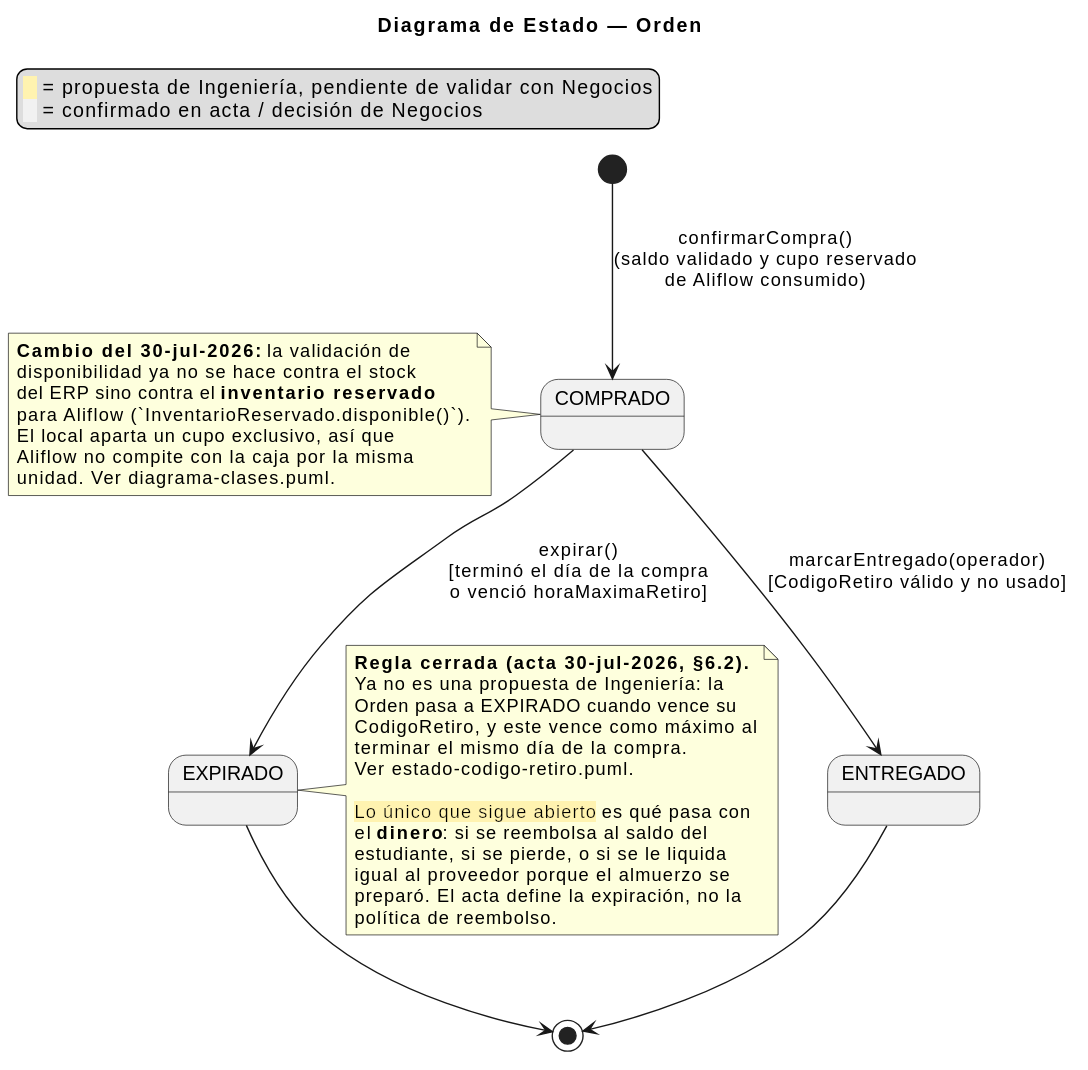
Earlier version of the PlantUML export Entregables/uml/estado-orden.svg (Jesus-JB/aliflow).
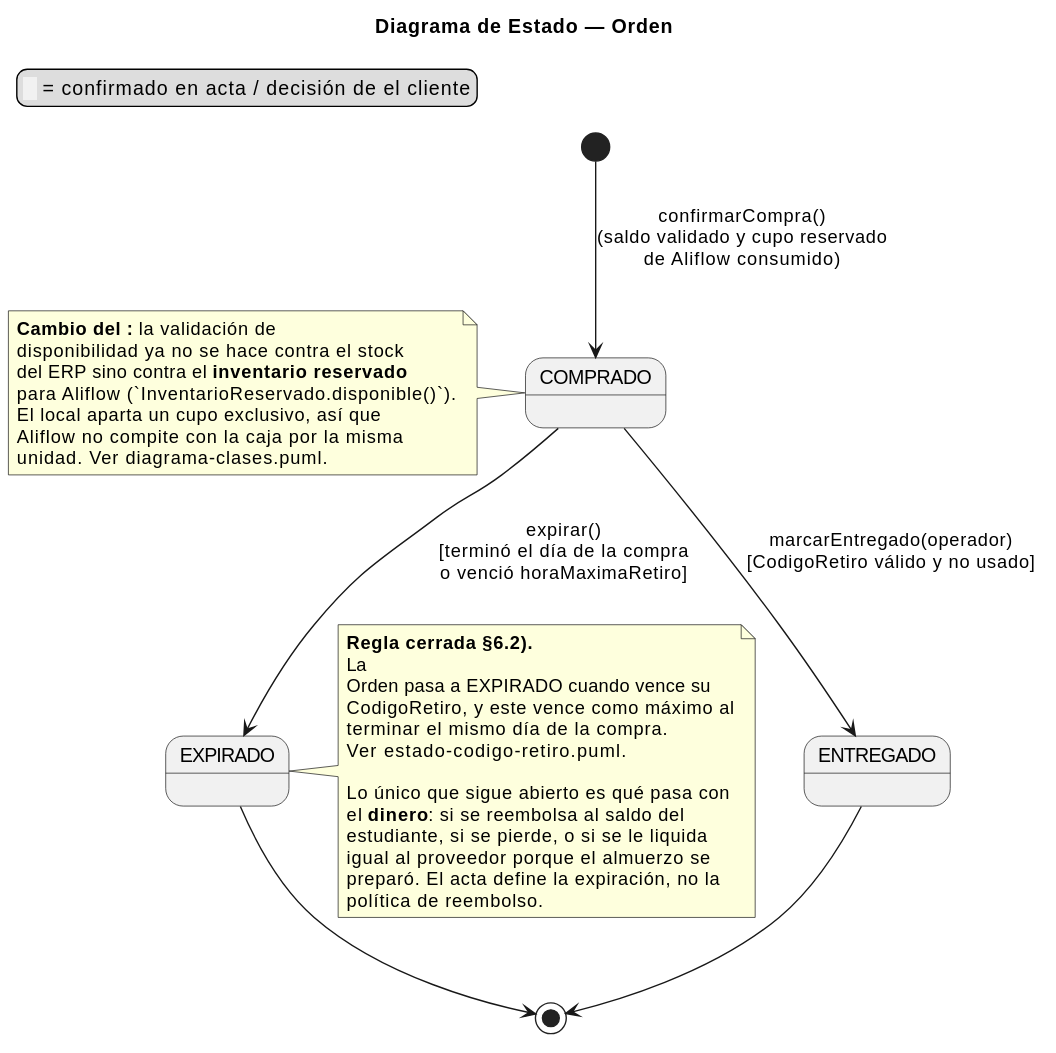
Later version of the same file.

The edit, as a diff of the source:
```diff
@@ -1,14 +1,8 @@
 @startuml
 title Diagrama de Estado — Orden
 
-skinparam state {
-  BackgroundColor<<propuesta>> #FFF3B0
-  BorderColor<<propuesta>> #8A6D00
-}
-
 legend top left
-  <back:#FFF3B0>  </back> = propuesta de Ingeniería, pendiente de validar con Negocios
-  <back:#F1F1F1>  </back> = confirmado en acta / decisión de Negocios
+  <back:#F1F1F1>  </back> = confirmado en acta / decisión de el cliente
 endlegend
 
 [*] --> COMPRADO : confirmarCompra()\n(saldo validado y cupo reservado\nde Aliflow consumido)
@@ -21,14 +15,14 @@
 EXPIRADO --> [*]
 
 note right of EXPIRADO
-  **Regla cerrada (acta 30-jul-2026, §6.2).**
-  Ya no es una propuesta de Ingeniería: la
+  **Regla cerrada §6.2).**
+  La
   Orden pasa a EXPIRADO cuando vence su
   CodigoRetiro, y este vence como máximo al
   terminar el mismo día de la compra.
   Ver estado-codigo-retiro.puml.
 
-  <back:#FFF3B0>Lo único que sigue abierto</back> es qué pasa con
+  Lo único que sigue abierto es qué pasa con
   el **dinero**: si se reembolsa al saldo del
   estudiante, si se pierde, o si se le liquida
   igual al proveedor porque el almuerzo se
@@ -37,7 +31,7 @@
 end note
 
 note left of COMPRADO
-  **Cambio del 30-jul-2026:** la validación de
+  **Cambio del :** la validación de
   disponibilidad ya no se hace contra el stock
   del ERP sino contra el **inventario reservado**
   para Aliflow (`InventarioReservado.disponible()`).
```
